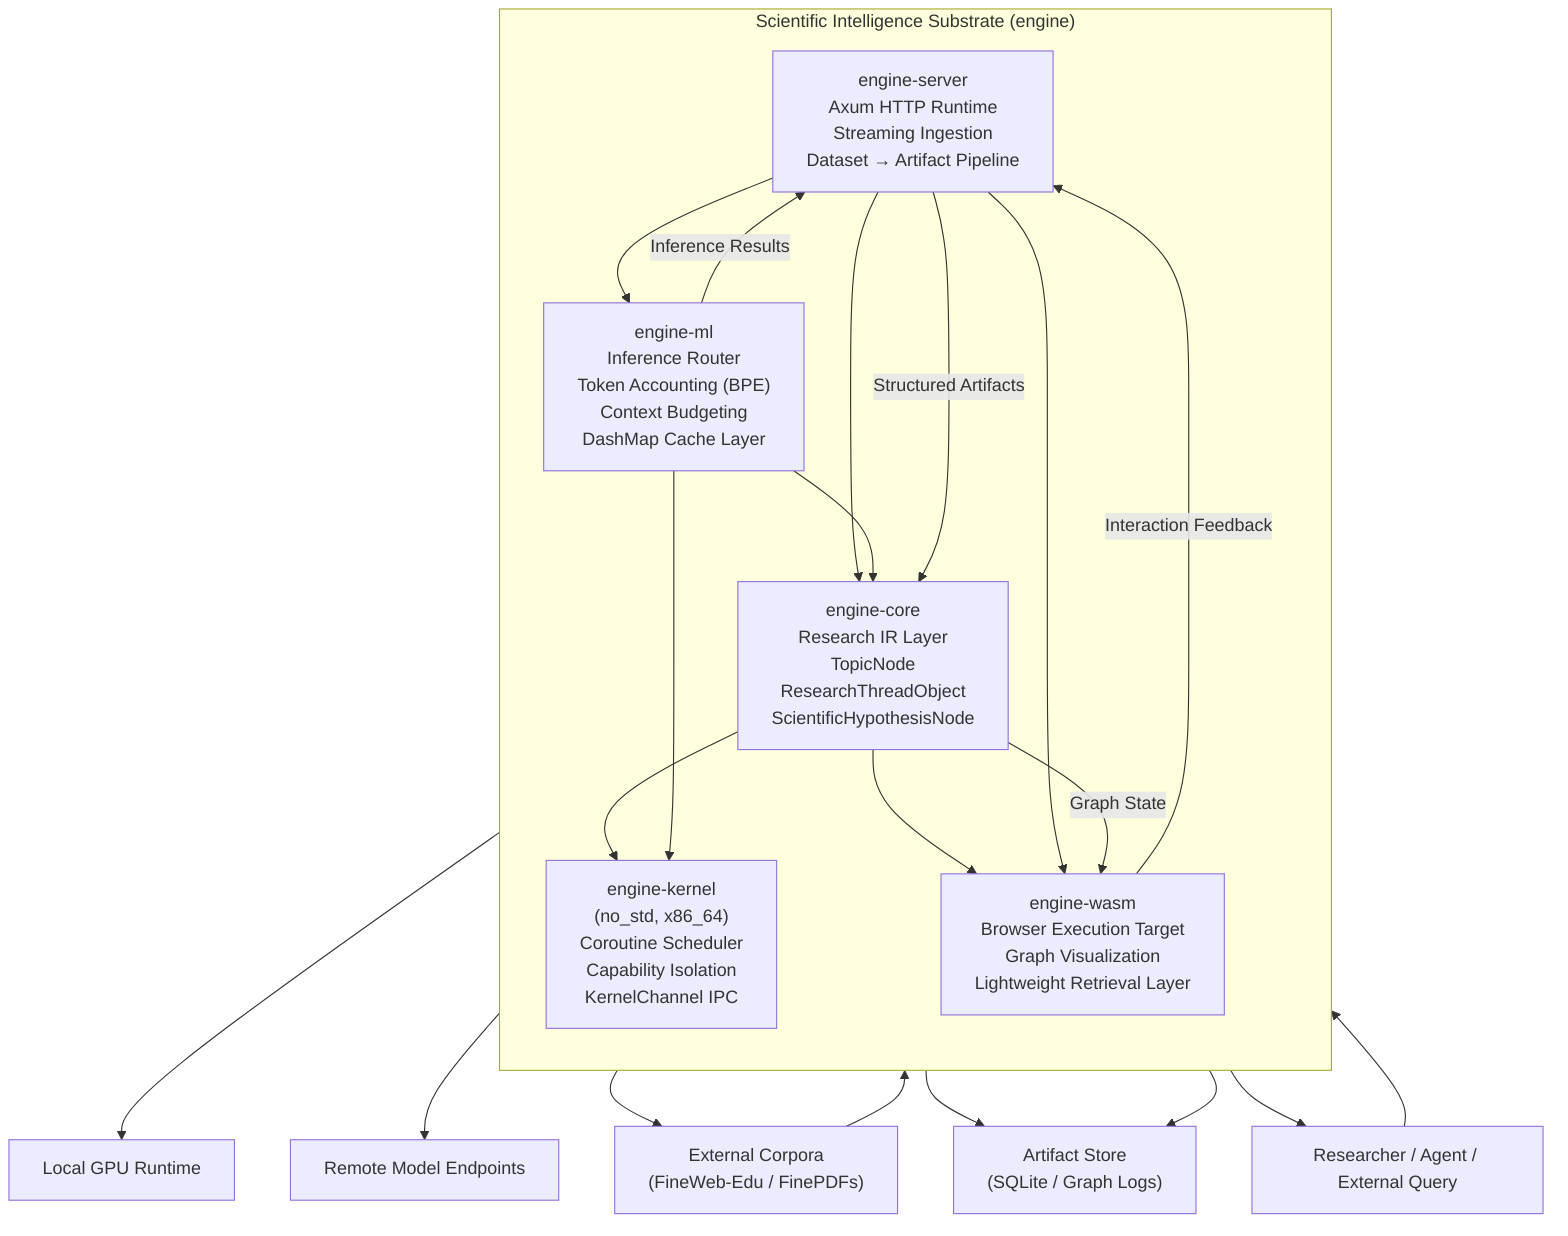
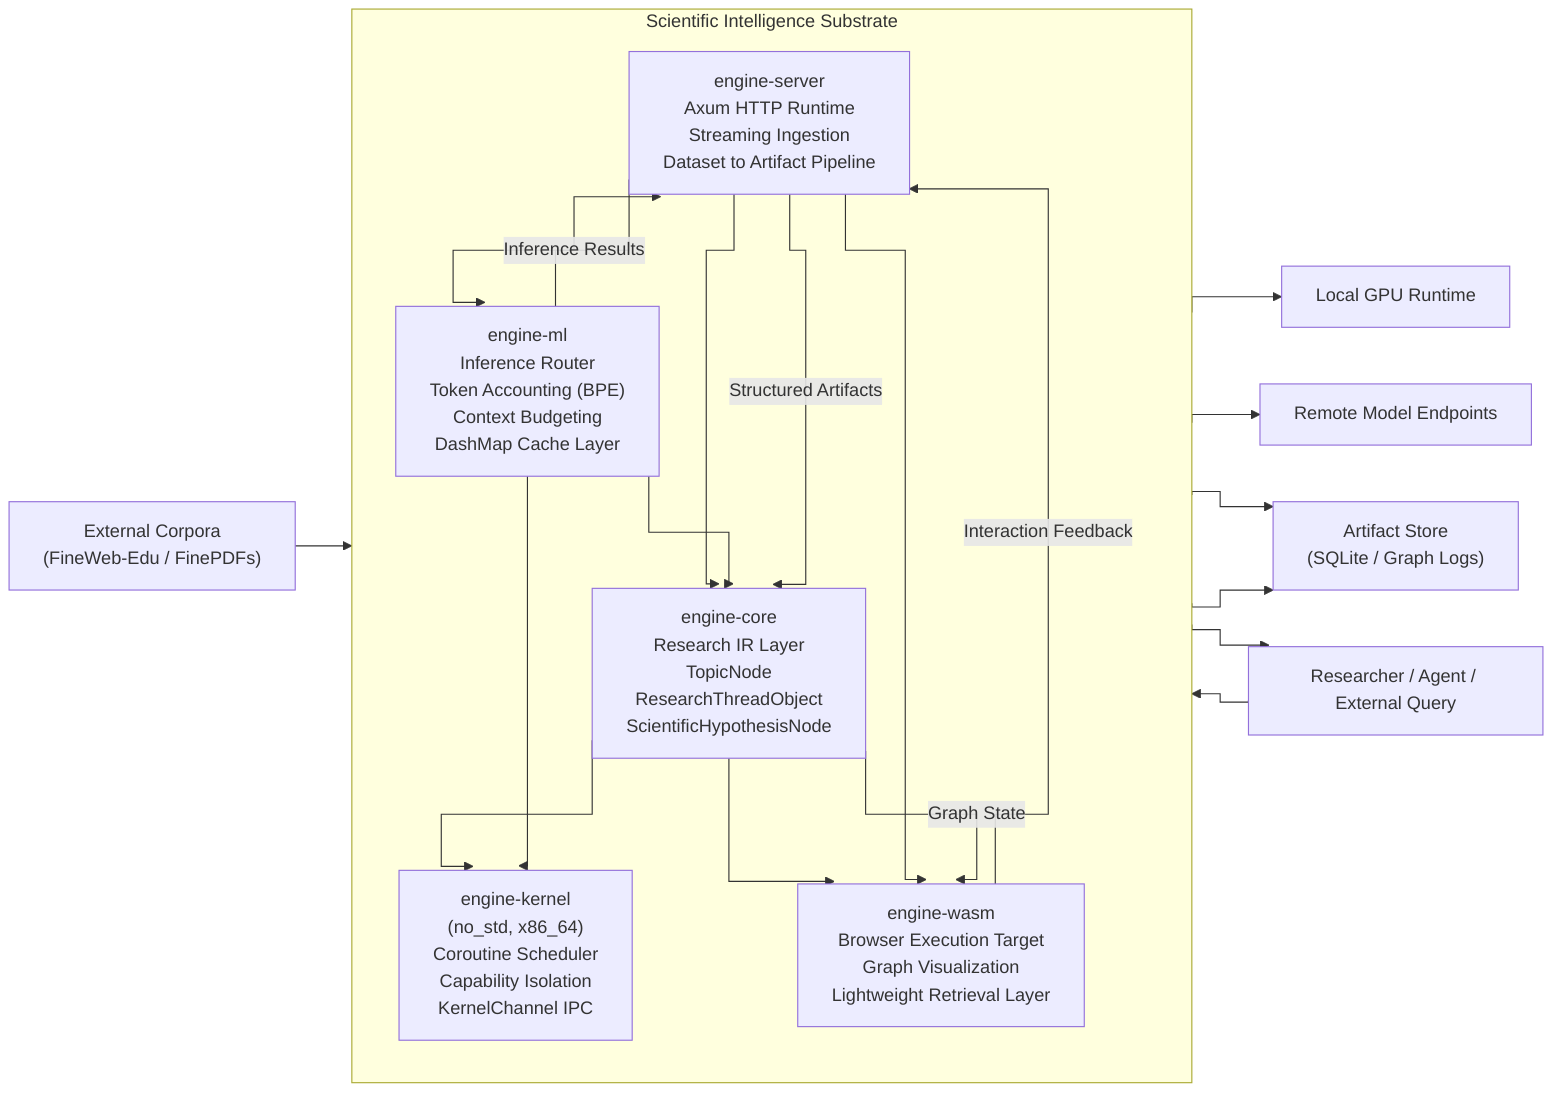
- flowchart TD
-     %% =========================
-     %% Core System Boundary
-     %% =========================
-     User[Researcher / Agent / External Query]
-     subgraph Engine["Scientific Intelligence Substrate (engine)"]
-         direction TB
-         Kernel["engine-kernel\n(no_std, x86_64)\nCoroutine Scheduler\nCapability Isolation\nKernelChannel IPC"]
-         Core["engine-core\nResearch IR Layer\nTopicNode\nResearchThreadObject\nScientificHypothesisNode"]
-         ML["engine-ml\nInference Router\nToken Accounting (BPE)\nContext Budgeting\nDashMap Cache Layer"]
-         Server["engine-server\nAxum HTTP Runtime\nStreaming Ingestion\nDataset → Artifact Pipeline"]
-         WASM["engine-wasm\nBrowser Execution Target\nGraph Visualization\nLightweight Retrieval Layer"]
-     end
-     %% =========================
-     %% External Systems
-     %% =========================
-     Cloud["Remote Model Endpoints"]
-     Local["Local GPU Runtime"]
-     Datasets["External Corpora\n(FineWeb-Edu / FinePDFs)"]
-     Storage["Artifact Store\n(SQLite / Graph Logs)"]
-     %% =========================
-     %% Data / Control Flow
-     %% =========================
-     User --> Server
-     Server --> Core
-     Server --> ML
-     ML --> Local
-     ML --> Cloud
-     ML --> Core
-     Server --> Datasets
-     Datasets --> Server
-     Core --> Kernel
-     ML --> Kernel
-     Kernel --> Storage
-     Server --> Storage
-     Core --> WASM
-     Server --> WASM
-     WASM --> User
-     %% =========================
-     %% Feedback Loops
-     %% =========================
-     ML -->|Inference Results| Server
-     Server -->|Structured Artifacts| Core
-     Core -->|Graph State| WASM
-     WASM -->|Interaction Feedback| Server+ ```mermaid
+ flowchart LR
+ 
+ %% =========================
+ %% Core System Boundary
+ %% =========================
+ 
+ User[Researcher / Agent / External Query]
+ 
+ subgraph Engine["Scientific Intelligence Substrate"]
+ 
+ direction TB
+ 
+ Kernel["engine-kernel\n(no_std, x86_64)\nCoroutine Scheduler\nCapability Isolation\nKernelChannel IPC"]
+ 
+ Core["engine-core\nResearch IR Layer\nTopicNode\nResearchThreadObject\nScientificHypothesisNode"]
+ 
+ ML["engine-ml\nInference Router\nToken Accounting (BPE)\nContext Budgeting\nDashMap Cache Layer"]
+ 
+ Server["engine-server\nAxum HTTP Runtime\nStreaming Ingestion\nDataset to Artifact Pipeline"]
+ 
+ WASM["engine-wasm\nBrowser Execution Target\nGraph Visualization\nLightweight Retrieval Layer"]
+ 
+ end
+ 
+ %% =========================
+ %% External Systems
+ %% =========================
+ 
+ Cloud["Remote Model Endpoints"]
+ Local["Local GPU Runtime"]
+ Datasets["External Corpora\n(FineWeb-Edu / FinePDFs)"]
+ Storage["Artifact Store\n(SQLite / Graph Logs)"]
+ 
+ %% =========================
+ %% Data / Control Flow
+ %% =========================
+ 
+ User --> Server
+ 
+ Server --> Core
+ Server --> ML
+ 
+ ML --> Local
+ ML --> Cloud
+ ML --> Core
+ 
+ Datasets --> Server
+ 
+ Core --> Kernel
+ ML --> Kernel
+ 
+ Kernel --> Storage
+ Server --> Storage
+ 
+ Core --> WASM
+ Server --> WASM
+ 
+ WASM --> User
+ 
+ %% =========================
+ %% Feedback Loops
+ %% =========================
+ 
+ ML -->|Inference Results| Server
+ Server -->|Structured Artifacts| Core
+ Core -->|Graph State| WASM
+ WASM -->|Interaction Feedback| Server
+ 
+ %% =========================
+ %% Orthogonal Edge Routing
+ %% =========================
+ 
+ linkStyle default interpolate stepBefore
+ ```